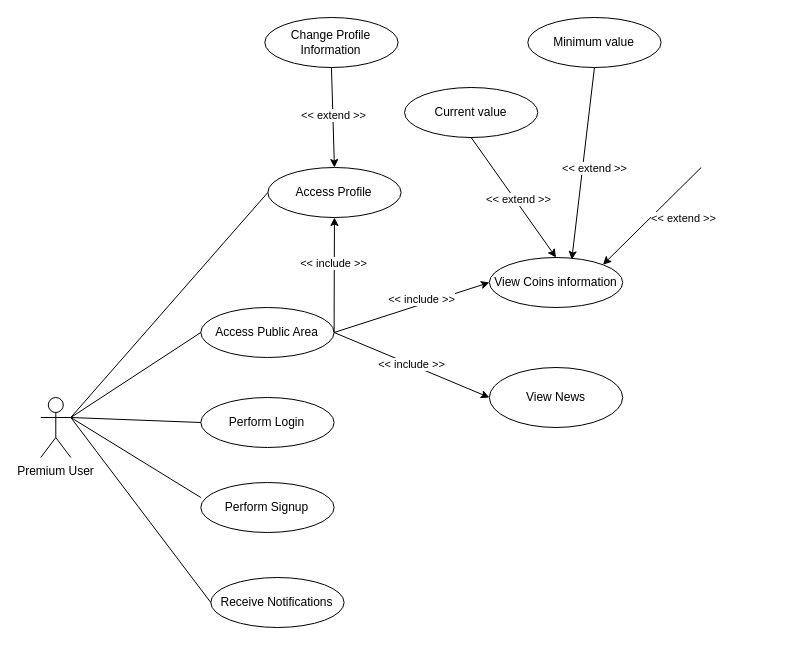
This is page "Premium_user" (4 of 4) of Use_Case.drawio from bgabrielma/ES_Project, a draw.io file, before an edit. Source tidied: cells renumbered, new cells numbered last; positions are measured from the earlier drawing's top-left corner, leaving out a move shared by most shapes. Both pictures are drawn from the tidied source at 100%, with x=0, y=0 at pixel (40, 17).
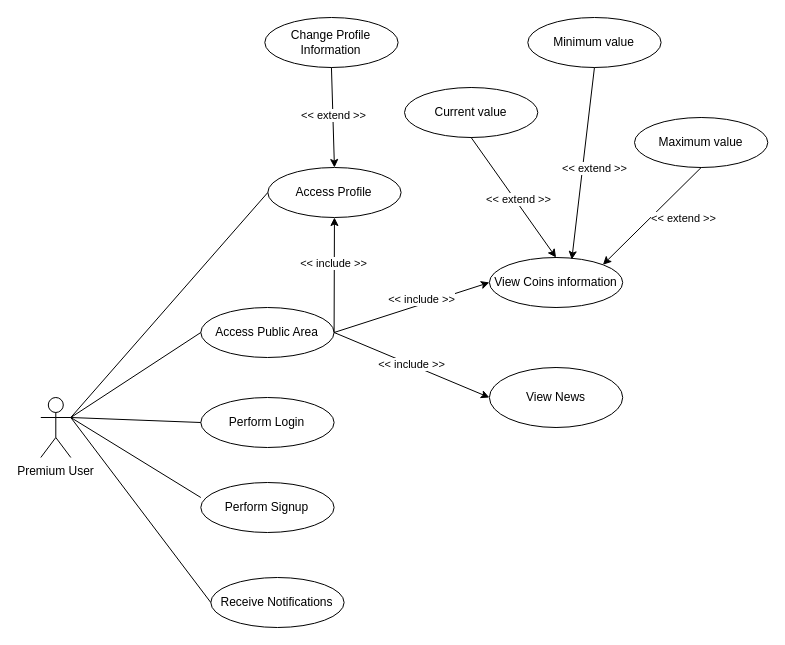
The same page after the edit.

Change to the diagram source:
```diff
@@
+    <mxCell id="31" value="Maximum value" style="ellipse;whiteSpace=wrap;html=1;" parent="1" vertex="1">
+      <mxGeometry x="594" y="100" width="133.3" height="50" as="geometry" />
+    </mxCell>
```
